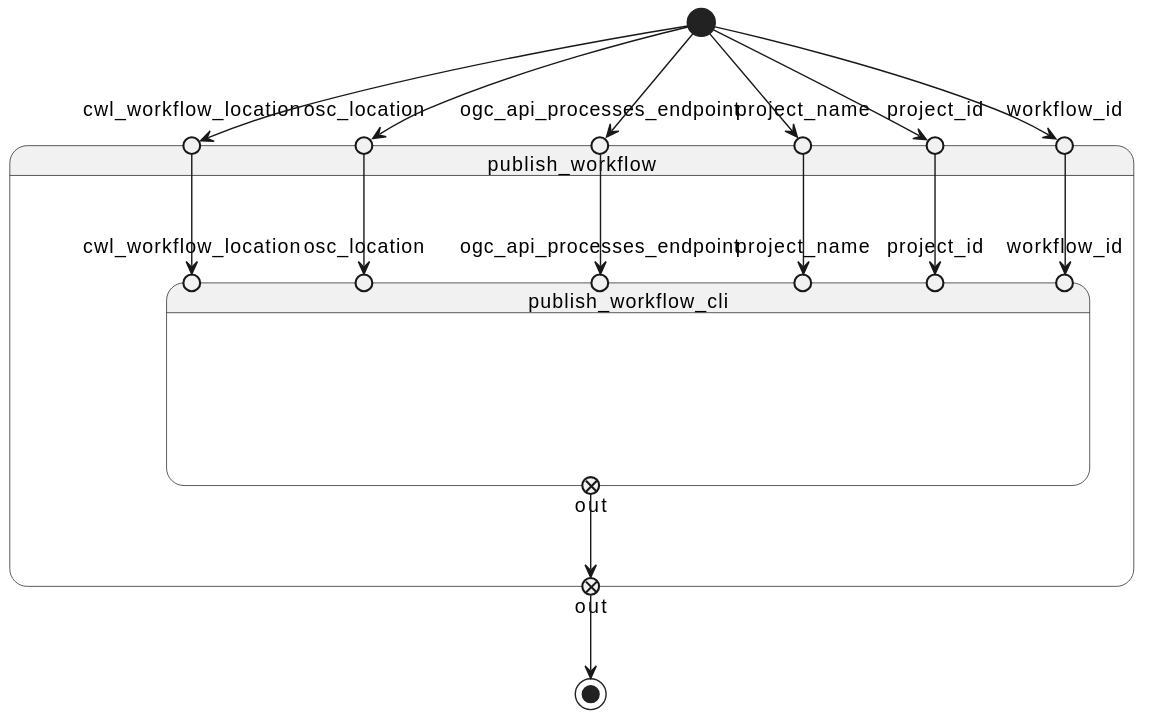
Terradue/osc-client keeps this PlantUML diagram as docs/c4/components/workflow/publish_workflow/state.svg. Above is the earlier version.
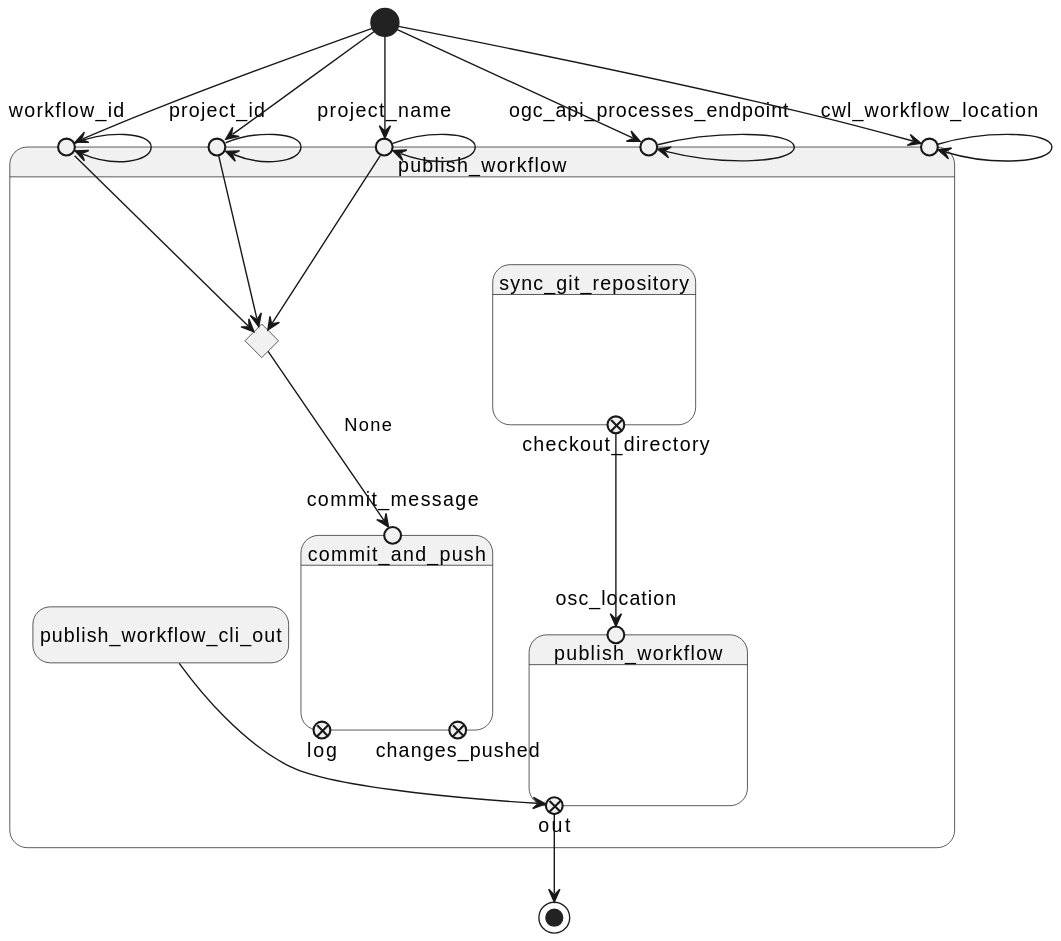
Later version of the same file.

Change to the diagram source:
```diff
@@ -16,9 +16,23 @@
 
     state "ogc_api_processes_endpoint" as publish_workflow_ogc_api_processes_endpoint <<entryPoint>>
 
-    state "osc_location" as publish_workflow_osc_location <<entryPoint>>
+    state "cwl_workflow_location" as publish_workflow_cwl_workflow_location <<entryPoint>>
 
-    state "cwl_workflow_location" as publish_workflow_cwl_workflow_location <<entryPoint>>
+
+
+
+
+
+
+
+    state sync_git_repository {
+
+
+
+        state "checkout_directory" as sync_git_repository_checkout_directory <<exitPoint>>
+
+
+    }
 
 
 
@@ -37,61 +51,93 @@
 
 
 
+    state publish_workflow {
 
-
-    state publish_workflow_cli {
-
-        state "workflow_id" as publish_workflow_cli_workflow_id <<entryPoint>>
+        state "workflow_id" as publish_workflow_workflow_id <<entryPoint>>
 
 
 
-        publish_workflow_workflow_id --> publish_workflow_cli_workflow_id
+        publish_workflow_workflow_id --> publish_workflow_workflow_id
 
 
 
-        state "project_id" as publish_workflow_cli_project_id <<entryPoint>>
+        state "project_id" as publish_workflow_project_id <<entryPoint>>
 
 
 
-        publish_workflow_project_id --> publish_workflow_cli_project_id
+        publish_workflow_project_id --> publish_workflow_project_id
 
 
 
-        state "project_name" as publish_workflow_cli_project_name <<entryPoint>>
+        state "project_name" as publish_workflow_project_name <<entryPoint>>
 
 
 
-        publish_workflow_project_name --> publish_workflow_cli_project_name
+        publish_workflow_project_name --> publish_workflow_project_name
 
 
 
-        state "ogc_api_processes_endpoint" as publish_workflow_cli_ogc_api_processes_endpoint <<entryPoint>>
+        state "ogc_api_processes_endpoint" as publish_workflow_ogc_api_processes_endpoint <<entryPoint>>
 
 
 
-        publish_workflow_ogc_api_processes_endpoint --> publish_workflow_cli_ogc_api_processes_endpoint
+        publish_workflow_ogc_api_processes_endpoint --> publish_workflow_ogc_api_processes_endpoint
 
 
 
-        state "osc_location" as publish_workflow_cli_osc_location <<entryPoint>>
+        state "osc_location" as publish_workflow_osc_location <<entryPoint>>
 
 
 
-        publish_workflow_osc_location --> publish_workflow_cli_osc_location
+        sync_git_repository_checkout_directory --> publish_workflow_osc_location
 
 
 
-        state "cwl_workflow_location" as publish_workflow_cli_cwl_workflow_location <<entryPoint>>
+        state "cwl_workflow_location" as publish_workflow_cwl_workflow_location <<entryPoint>>
 
 
 
-        publish_workflow_cwl_workflow_location --> publish_workflow_cli_cwl_workflow_location
+        publish_workflow_cwl_workflow_location --> publish_workflow_cwl_workflow_location
 
 
 
 
 
-        state "out" as publish_workflow_cli_out <<exitPoint>>
+        state "out" as publish_workflow_out <<exitPoint>>
+
+
+    }
+
+
+
+
+
+
+        state commit_and_push_commit_message_choice <<choice>>
+
+        publish_workflow_workflow_id --> commit_and_push_commit_message_choice
+
+        publish_workflow_project_name --> commit_and_push_commit_message_choice
+
+        publish_workflow_project_id --> commit_and_push_commit_message_choice
+
+
+
+
+    state commit_and_push {
+
+        state "commit_message" as commit_and_push_commit_message <<entryPoint>>
+
+
+        commit_and_push_commit_message_choice --> commit_and_push_commit_message : None
+
+
+
+
+
+        state "changes_pushed" as commit_and_push_changes_pushed <<exitPoint>>
+
+        state "log" as commit_and_push_log <<exitPoint>>
 
 
     }
@@ -114,8 +160,6 @@
 
 [*] --> publish_workflow_ogc_api_processes_endpoint
 
-[*] --> publish_workflow_osc_location
-
 [*] --> publish_workflow_cwl_workflow_location
 
 
```
